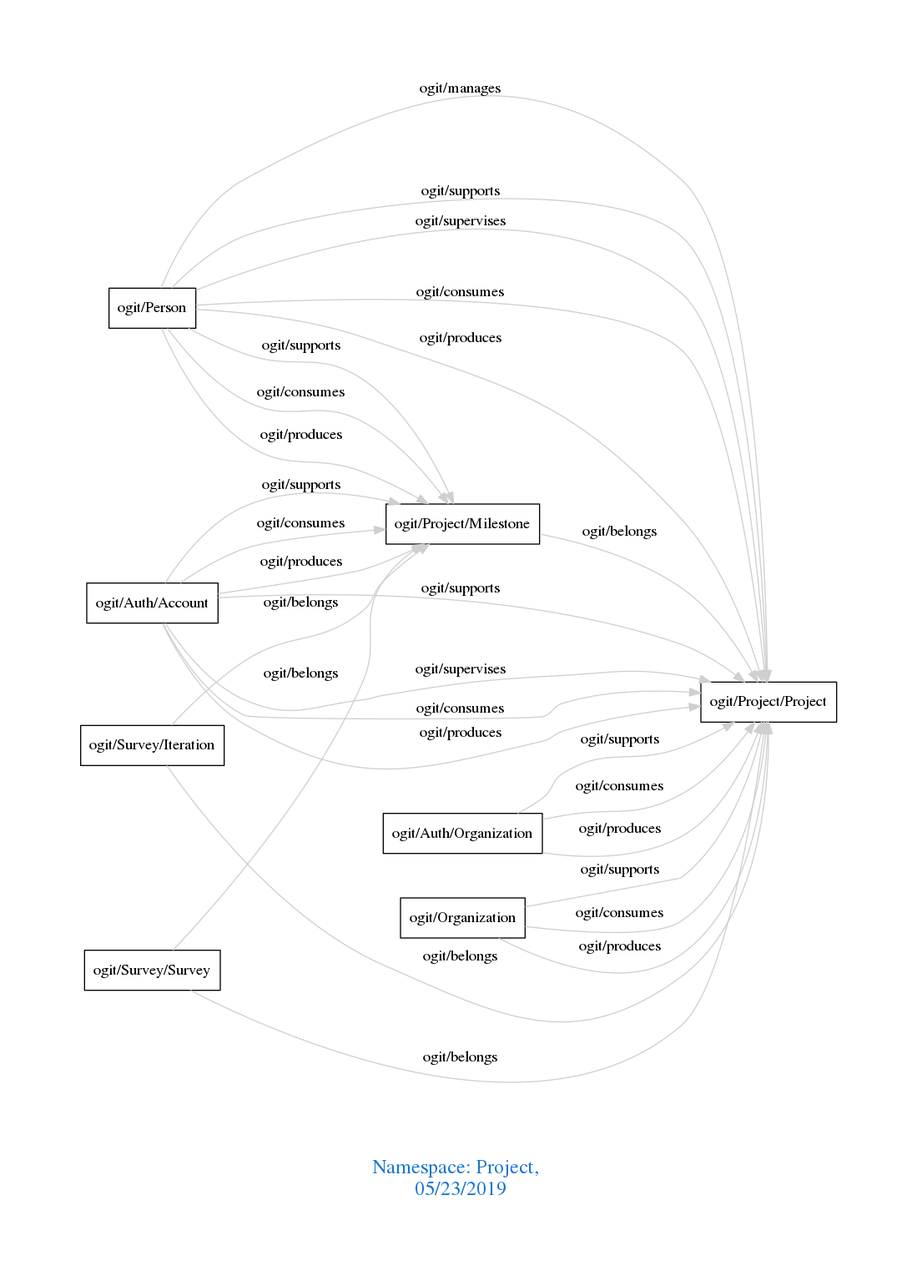
Above: downloads/Project.png in arago/OGIT (Graphviz), before the change. Its source is kept beside it as downloads/Project.dot.
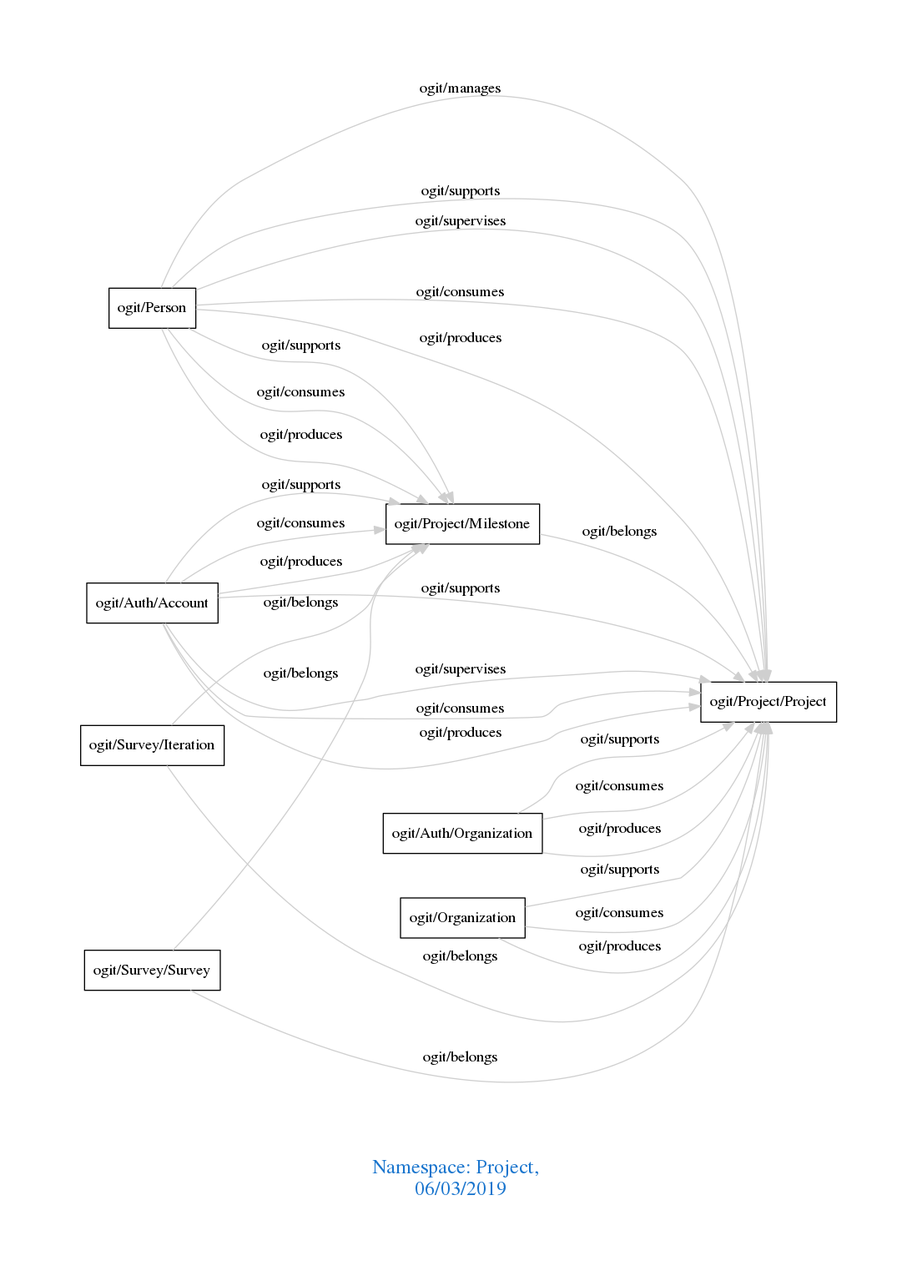
After the change.

The edit, as a diff of the source:
```diff
@@ -1,7 +1,7 @@
 digraph OGIT_ontology {
  graph [ rankdir= LR,pad=1
 fontsize = 18,
-fontcolor= dodgerblue3,label = "\n\n\nNamespace: Project, \n 05/23/2019"];
+fontcolor= dodgerblue3,label = "\n\n\nNamespace: Project, \n 06/03/2019"];
 node[shape=polygon];
 edge [  color="gray81"];
 
```
